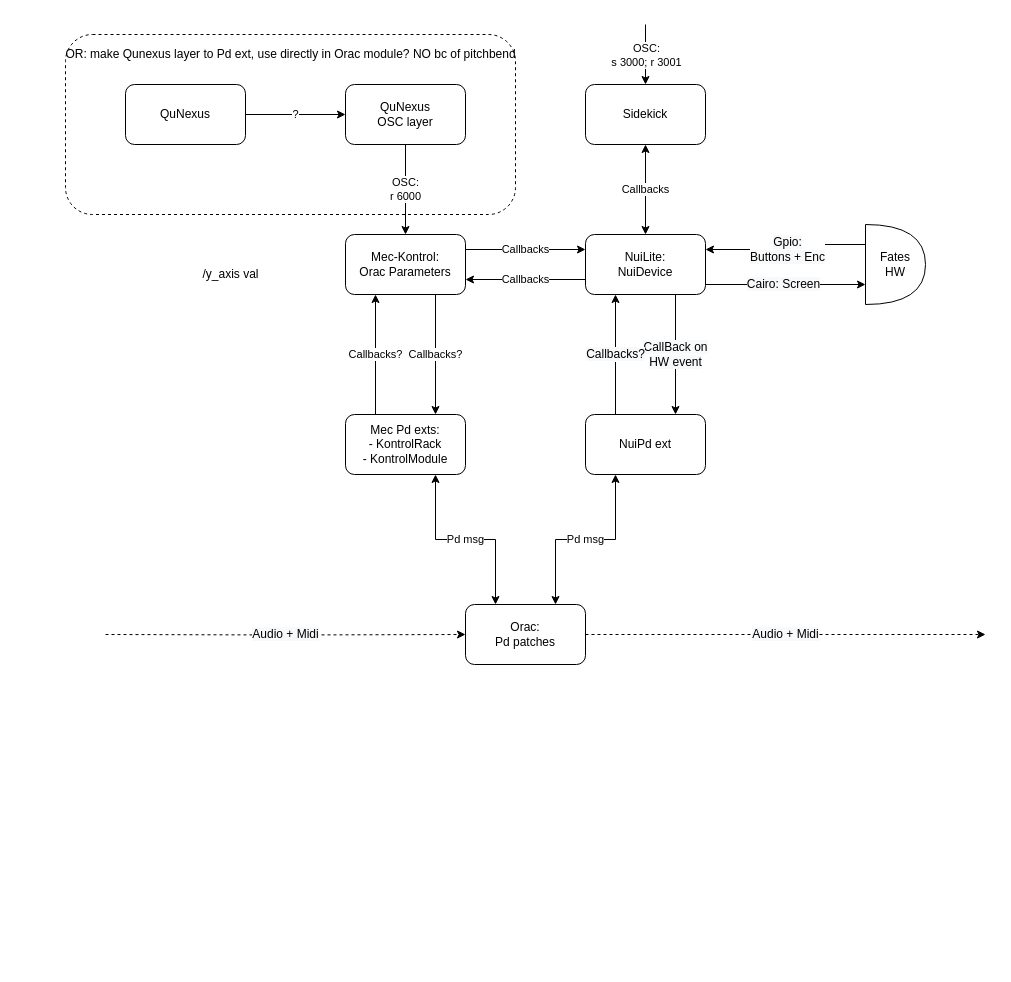
Lcchy/orac-modules keeps this draw.io diagram as fates_arch.drawio. Above is the earlier version. Source tidied: cells renumbered, new cells numbered last; positions are measured from the earlier drawing's top-left corner, leaving out a move shared by most shapes. Both pictures are drawn from the tidied source at 100%, with x=0, y=0 at pixel (55, 24).
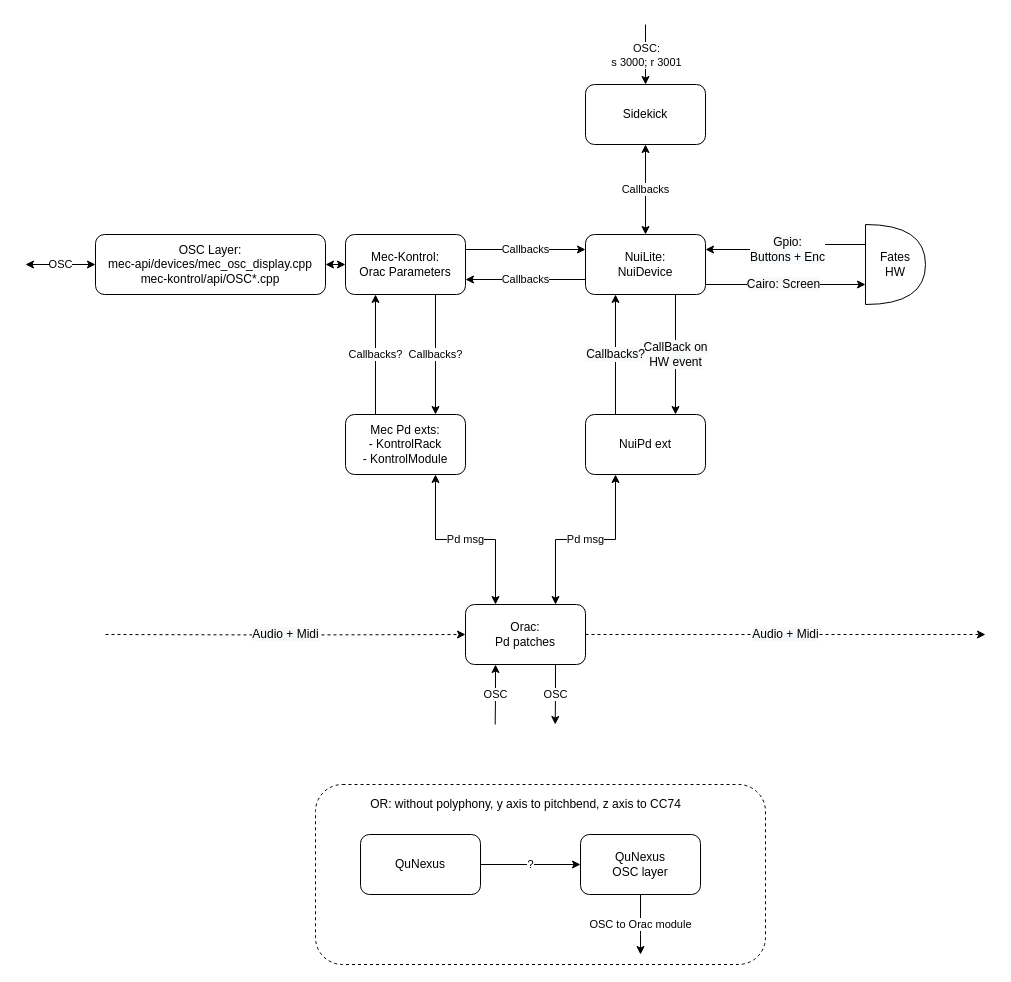
The same diagram, later.

Unchanged cells that the change refers to:
```xml
<mxCell id="5" value="Orac:&lt;br&gt;Pd patches" style="rounded=1;whiteSpace=wrap;html=1;" parent="1" vertex="1">
  <mxGeometry x="410" y="580" width="120" height="60" as="geometry" />
</mxCell>
<mxCell id="8" value="Mec-Kontrol:&lt;br&gt;Orac Parameters" style="rounded=1;whiteSpace=wrap;html=1;" parent="1" vertex="1">
  <mxGeometry x="290" y="210" width="120" height="60" as="geometry" />
</mxCell>
```

What changed in the source:
```diff
@@
-    <mxCell id="2" style="rounded=1;whiteSpace=wrap;html=1;dashed=1;fillColor=none;" parent="1" vertex="1">
-      <mxGeometry x="10" y="10" width="450" height="180" as="geometry" />
-    </mxCell>
@@
+    <mxCell id="30" value="OSC" style="edgeStyle=orthogonalEdgeStyle;rounded=0;jettySize=auto;html=1;exitX=0.25;exitY=1;exitDx=0;exitDy=0;startArrow=classic;startFill=1;endArrow=none;endFill=0;" parent="1" edge="1" source="5">
+      <mxGeometry relative="1" as="geometry">
+        <mxPoint x="439.7" y="700" as="targetPoint" />
+      </mxGeometry>
+    </mxCell>
+    <mxCell id="31" value="OSC" style="edgeStyle=orthogonalEdgeStyle;rounded=0;jettySize=auto;html=1;exitX=0.75;exitY=1;exitDx=0;exitDy=0;startArrow=none;startFill=0;endArrow=classic;endFill=1;" parent="1" edge="1" source="5">
+      <mxGeometry relative="1" as="geometry">
+        <mxPoint x="499.7" y="700" as="targetPoint" />
+      </mxGeometry>
+    </mxCell>
@@
-    <mxCell id="21" value="OSC:&lt;br&gt;r 6000" style="edgeStyle=orthogonalEdgeStyle;rounded=0;jettySize=auto;html=1;entryX=0.5;entryY=0;entryDx=0;entryDy=0;startArrow=none;startFill=0;" parent="1" edge="1" source="22" target="8">
-      <mxGeometry relative="1" as="geometry" />
+    <mxCell id="21" value="OSC to Orac module" style="edgeStyle=orthogonalEdgeStyle;rounded=0;orthogonalLoop=1;jettySize=auto;html=1;startArrow=none;startFill=0;endArrow=classic;endFill=1;exitX=0.5;exitY=1;exitDx=0;exitDy=0;" parent="1" edge="1">
+      <mxGeometry relative="1" as="geometry">
+        <mxPoint x="585" y="870" as="sourcePoint" />
+        <mxPoint x="585" y="930" as="targetPoint" />
+        <Array as="points">
+          <mxPoint x="585" y="910" />
+        </Array>
+      </mxGeometry>
     </mxCell>
     <mxCell id="22" value="QuNexus &lt;br&gt;OSC layer" style="rounded=1;whiteSpace=wrap;html=1;" parent="1" vertex="1">
-      <mxGeometry x="290" y="60" width="120" height="60" as="geometry" />
+      <mxGeometry x="525" y="810" width="120" height="60" as="geometry" />
     </mxCell>
-    <mxCell id="23" value="?" style="edgeStyle=orthogonalEdgeStyle;rounded=0;jettySize=auto;html=1;exitX=1;exitY=0.5;exitDx=0;exitDy=0;startArrow=none;startFill=0;" parent="1" edge="1" source="24" target="22">
+    <mxCell id="23" value="?" style="edgeStyle=orthogonalEdgeStyle;rounded=0;jettySize=auto;html=1;exitX=1;exitY=0.5;exitDx=0;exitDy=0;entryX=0;entryY=0.5;entryDx=0;entryDy=0;startArrow=none;startFill=0;endArrow=classic;endFill=1;" parent="1" edge="1" source="24" target="22">
       <mxGeometry relative="1" as="geometry" />
     </mxCell>
     <mxCell id="24" value="QuNexus" style="rounded=1;whiteSpace=wrap;html=1;" parent="1" vertex="1">
-      <mxGeometry x="70" y="60" width="120" height="60" as="geometry" />
+      <mxGeometry x="305" y="810" width="120" height="60" as="geometry" />
     </mxCell>
@@
-    <mxCell id="28" value="OR: make Qunexus layer to Pd ext, use directly in Orac module? NO bc of pitchbend" style="text;html=1;align=center;verticalAlign=middle;strokeColor=none;" parent="1" vertex="1">
-      <mxGeometry y="20" width="470" height="20" as="geometry" />
+    <mxCell id="28" value="OR: without polyphony, y axis to pitchbend, z axis to CC74" style="text;html=1;align=center;verticalAlign=middle;strokeColor=none;" parent="1" vertex="1">
+      <mxGeometry x="305" y="770" width="330" height="20" as="geometry" />
     </mxCell>
-    <mxCell id="29" value="/y_axis val" style="text;html=1;align=center;verticalAlign=middle;strokeColor=none;" parent="1" vertex="1">
-      <mxGeometry x="140" y="240" width="70" height="20" as="geometry" />
-    </mxCell>
+    <mxCell id="2" style="rounded=1;whiteSpace=wrap;html=1;dashed=1;fillColor=none;" parent="1" vertex="1">
+      <mxGeometry x="260" y="760" width="450" height="180" as="geometry" />
+    </mxCell>
+    <mxCell id="32" value="OSC" style="edgeStyle=orthogonalEdgeStyle;rounded=0;jettySize=auto;html=1;startArrow=classic;startFill=1;endArrow=classic;endFill=1;" parent="1" edge="1" source="34">
+      <mxGeometry relative="1" as="geometry">
+        <mxPoint x="-30" y="240" as="targetPoint" />
+        <Array as="points">
+          <mxPoint y="240" />
+          <mxPoint y="240" />
+        </Array>
+      </mxGeometry>
+    </mxCell>
+    <mxCell id="33" style="edgeStyle=orthogonalEdgeStyle;rounded=0;jettySize=auto;html=1;exitX=1;exitY=0.5;exitDx=0;exitDy=0;entryX=0;entryY=0.5;entryDx=0;entryDy=0;startArrow=classic;startFill=1;endArrow=classic;endFill=1;" parent="1" edge="1" source="34" target="8">
+      <mxGeometry relative="1" as="geometry" />
+    </mxCell>
+    <mxCell id="34" value="OSC Layer:&lt;br&gt;mec-api/devices/mec_osc_display.cpp&lt;br&gt;mec-kontrol/api/OSC*.cpp" style="rounded=1;whiteSpace=wrap;html=1;" parent="1" vertex="1">
+      <mxGeometry x="40" y="210" width="230" height="60" as="geometry" />
+    </mxCell>
```
